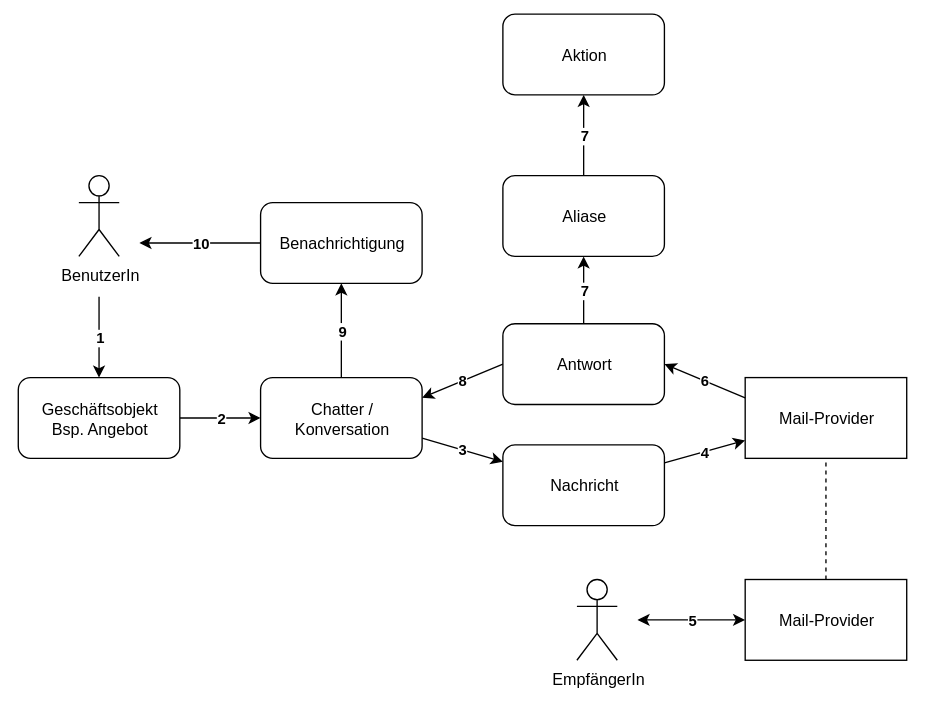
Above: assets/Odoo Mail Workflow.svg in Mint-System/Odoo-Wiki (draw.io), before the change. Source tidied: cells renumbered, new cells last; positions are measured from the earlier drawing's top-left corner, leaving out a move shared by most shapes.
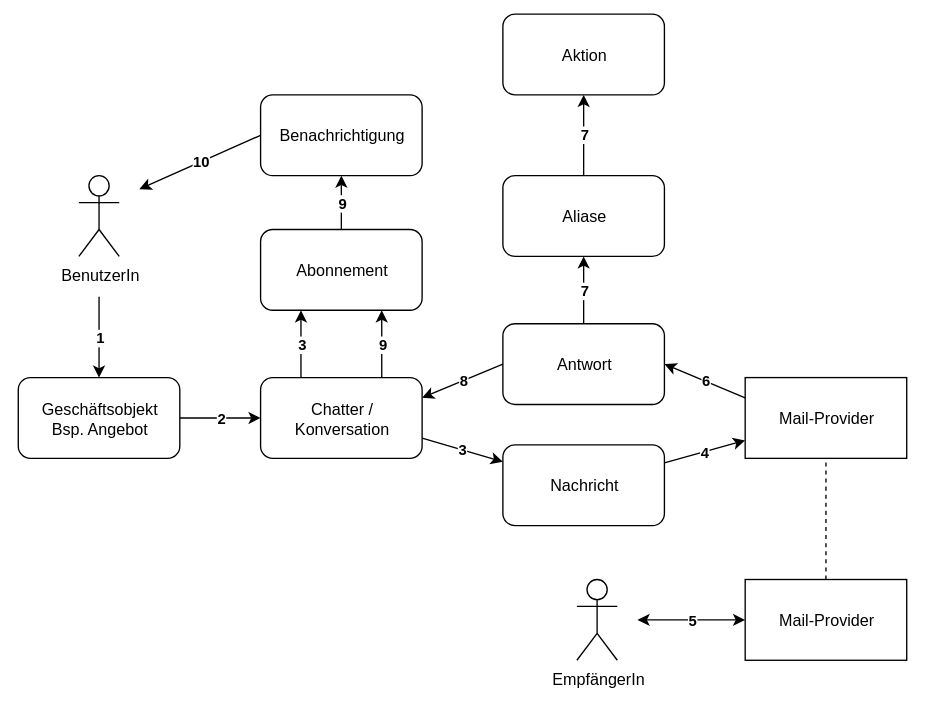
The same diagram one commit later.

Commit message:
vault backup: 2023-01-27 09:58:04

What changed in the source:
```diff
@@ -19,7 +19,7 @@
     <mxCell id="6" value="3" style="edgeStyle=none;html=1;exitX=1;exitY=0.75;exitDx=0;exitDy=0;fontStyle=1;labelBackgroundColor=#ffffff;" parent="1" edge="1" source="8" target="10">
       <mxGeometry relative="1" as="geometry" />
     </mxCell>
-    <mxCell id="7" value="9" style="edgeStyle=none;html=1;startArrow=none;startFill=0;labelBackgroundColor=#ffffff;fontStyle=1;" parent="1" edge="1" source="8" target="23">
+    <mxCell id="7" value="9" style="edgeStyle=none;html=1;startArrow=none;startFill=0;labelBackgroundColor=#ffffff;fontStyle=1;exitX=0.5;exitY=0;exitDx=0;exitDy=0;" parent="1" edge="1" source="26" target="23">
       <mxGeometry relative="1" as="geometry" />
     </mxCell>
     <mxCell id="8" value="Chatter / Konversation" style="rounded=1;whiteSpace=wrap;html=1;labelBackgroundColor=none;" parent="1" vertex="1">
@@ -70,12 +70,21 @@
       <mxGeometry x="360" width="120" height="60" as="geometry" />
     </mxCell>
     <mxCell id="23" value="Benachrichtigung" style="rounded=1;whiteSpace=wrap;html=1;labelBackgroundColor=none;" parent="1" vertex="1">
-      <mxGeometry x="180" y="140" width="120" height="60" as="geometry" />
+      <mxGeometry x="180" y="60" width="120" height="60" as="geometry" />
     </mxCell>
     <mxCell id="24" value="10" style="edgeStyle=none;html=1;startArrow=none;startFill=0;exitX=0;exitY=0.5;exitDx=0;exitDy=0;fontStyle=1;labelBackgroundColor=#ffffff;" parent="1" edge="1" source="23">
       <mxGeometry relative="1" as="geometry">
-        <mxPoint x="90" y="170" as="targetPoint" />
+        <mxPoint x="90" y="130" as="targetPoint" />
       </mxGeometry>
     </mxCell>
+    <mxCell id="25" value="3" style="edgeStyle=none;html=1;fontStyle=1;labelBackgroundColor=#ffffff;entryX=0.25;entryY=1;entryDx=0;entryDy=0;exitX=0.25;exitY=0;exitDx=0;exitDy=0;" parent="1" edge="1" source="8" target="26">
+      <mxGeometry relative="1" as="geometry" />
+    </mxCell>
+    <mxCell id="26" value="Abonnement" style="rounded=1;whiteSpace=wrap;html=1;labelBackgroundColor=none;" parent="1" vertex="1">
+      <mxGeometry x="180" y="160" width="120" height="60" as="geometry" />
+    </mxCell>
+    <mxCell id="27" value="9" style="edgeStyle=none;html=1;startArrow=none;startFill=0;labelBackgroundColor=#ffffff;fontStyle=1;exitX=0.75;exitY=0;exitDx=0;exitDy=0;entryX=0.75;entryY=1;entryDx=0;entryDy=0;" parent="1" edge="1" source="8" target="26">
+      <mxGeometry relative="1" as="geometry" />
+    </mxCell>
   </root>
 </mxGraphModel>
```
